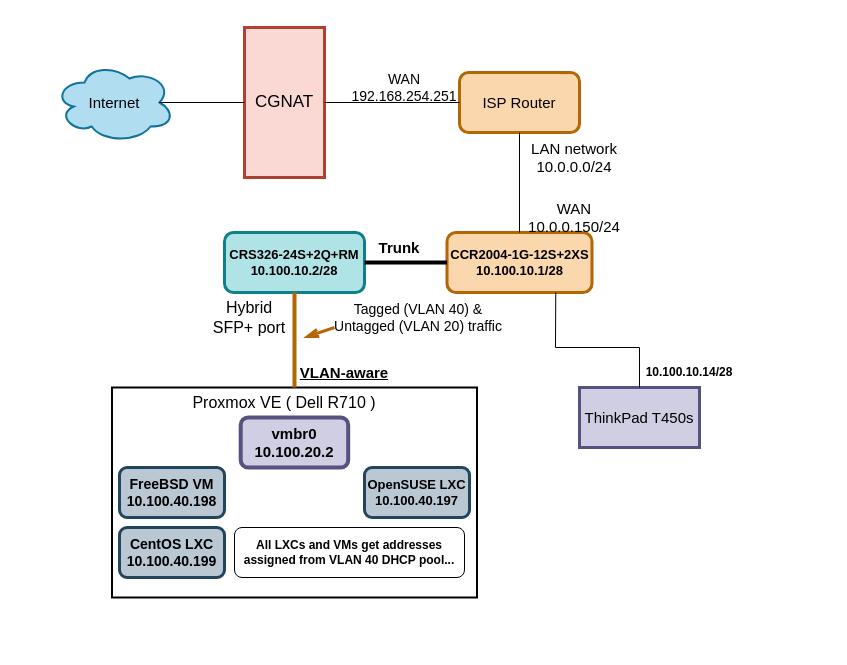
Above: media/topology.drawio in Andreansx/Networking-lab (draw.io), before the change. Source tidied: cells renumbered, new cells numbered last; positions are measured from the earlier drawing's top-left corner, leaving out a move shared by most shapes. Both pictures are drawn from the tidied source at 100%, with x=0, y=0 at pixel (54, 27).
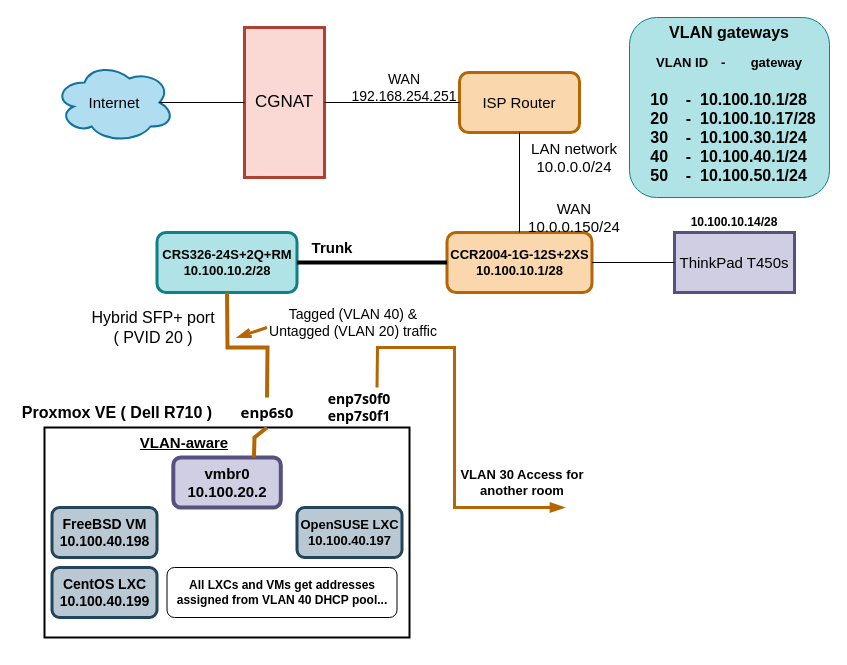
The same page after the edit.

The change refers to these unchanged cells:
```xml
<mxCell id="9" value="&lt;div&gt;&lt;font style=&quot;font-size: 13px;&quot;&gt;&lt;b&gt;CCR2004-1G-12S+2XS&lt;/b&gt;&lt;/font&gt;&lt;/div&gt;&lt;div&gt;&lt;font style=&quot;font-size: 13px;&quot;&gt;&lt;b&gt;10.100.10.1/28&lt;/b&gt;&lt;/font&gt;&lt;/div&gt;" style="rounded=1;whiteSpace=wrap;html=1;fillColor=#fad7ac;strokeColor=#b46504;strokeWidth=3;" parent="1" vertex="1">
  <mxGeometry x="392.5" y="205" width="145" height="60" as="geometry" />
</mxCell>
```

What changed in the source:
```diff
@@
     <mxCell id="12" value="&lt;div&gt;&lt;font style=&quot;font-size: 13px;&quot;&gt;&lt;b&gt;CRS326-24S+2Q+RM&lt;/b&gt;&lt;/font&gt;&lt;/div&gt;&lt;div&gt;&lt;font style=&quot;font-size: 13px;&quot;&gt;&lt;b&gt;10.100.10.2/28&lt;/b&gt;&lt;/font&gt;&lt;/div&gt;" style="rounded=1;whiteSpace=wrap;html=1;fillColor=#b0e3e6;strokeColor=#0e8088;strokeWidth=3;" parent="1" vertex="1">
-      <mxGeometry x="170" y="205" width="140" height="60" as="geometry" />
+      <mxGeometry x="102.5" y="205" width="140" height="60" as="geometry" />
     </mxCell>
@@
     <mxCell id="14" value="&lt;b&gt;&lt;font style=&quot;font-size: 15px;&quot;&gt;Trunk&lt;/font&gt;&lt;/b&gt;" style="text;html=1;align=center;verticalAlign=middle;whiteSpace=wrap;rounded=0;" parent="1" vertex="1">
-      <mxGeometry x="300" y="205" width="90" height="30" as="geometry" />
+      <mxGeometry x="232.5" y="205" width="90" height="30" as="geometry" />
     </mxCell>
     <mxCell id="15" value="&lt;font style=&quot;font-size: 15px;&quot;&gt;ThinkPad T450s&lt;/font&gt;" style="rounded=0;whiteSpace=wrap;html=1;fillColor=#d0cee2;strokeColor=#56517e;strokeWidth=3;" parent="1" vertex="1">
-      <mxGeometry x="525" y="360" width="120" height="60" as="geometry" />
+      <mxGeometry x="620" y="205" width="120" height="60" as="geometry" />
     </mxCell>
-    <mxCell id="16" style="endArrow=none;html=1;rounded=0;entryX=0.75;entryY=1;entryDx=0;entryDy=0;exitX=0.5;exitY=0;exitDx=0;exitDy=0;" parent="1" edge="1" source="15" target="9">
-      <mxGeometry relative="1" as="geometry">
-        <Array as="points">
-          <mxPoint x="585" y="320" />
-          <mxPoint x="501" y="320" />
-        </Array>
-      </mxGeometry>
-    </mxCell>
     <mxCell id="17" value="&lt;div&gt;&lt;b&gt;10.100.10.14/28&lt;/b&gt;&lt;/div&gt;" style="text;html=1;align=center;verticalAlign=middle;whiteSpace=wrap;rounded=0;" parent="1" vertex="1">
-      <mxGeometry x="585" y="320" width="100" height="50" as="geometry" />
+      <mxGeometry x="630" y="170" width="100" height="50" as="geometry" />
     </mxCell>
     <mxCell id="18" style="rounded=0;whiteSpace=wrap;html=1;strokeWidth=2;" parent="1" vertex="1">
-      <mxGeometry x="57.5" y="360" width="365" height="210" as="geometry" />
+      <mxGeometry x="-10" y="400" width="365" height="210" as="geometry" />
     </mxCell>
-    <mxCell id="19" value="&lt;font style=&quot;font-size: 16px;&quot;&gt;Proxmox VE ( Dell R710 )&lt;/font&gt;" style="text;html=1;align=center;verticalAlign=middle;whiteSpace=wrap;rounded=0;" parent="1" vertex="1">
-      <mxGeometry x="130" y="370" width="200" height="10" as="geometry" />
+    <mxCell id="19" value="&lt;b&gt;&lt;font style=&quot;font-size: 16px;&quot;&gt;Proxmox VE ( Dell R710 )&lt;/font&gt;&lt;/b&gt;" style="text;html=1;align=center;verticalAlign=middle;whiteSpace=wrap;rounded=0;" parent="1" vertex="1">
+      <mxGeometry x="-37.5" y="380" width="200" height="10" as="geometry" />
     </mxCell>
-    <mxCell id="20" style="endArrow=none;html=1;rounded=0;fontSize=12;startSize=8;endSize=8;curved=1;entryX=0.5;entryY=1;entryDx=0;entryDy=0;exitX=0.5;exitY=0;exitDx=0;exitDy=0;fillColor=#fad7ac;strokeColor=#b46504;strokeWidth=4;" parent="1" edge="1" source="18" target="12">
-      <mxGeometry relative="1" as="geometry" />
+    <mxCell id="20" style="endArrow=none;html=1;rounded=0;fontSize=12;startSize=8;endSize=8;curved=0;entryX=0.5;entryY=1;entryDx=0;entryDy=0;fillColor=#fad7ac;strokeColor=#b46504;strokeWidth=4;exitX=0.5;exitY=0;exitDx=0;exitDy=0;" parent="1" edge="1" source="39" target="12">
+      <mxGeometry relative="1" as="geometry">
+        <Array as="points">
+          <mxPoint x="213" y="320" />
+          <mxPoint x="173" y="320" />
+        </Array>
+      </mxGeometry>
     </mxCell>
-    <mxCell id="21" value="&lt;font style=&quot;font-size: 16px;&quot;&gt;Hybrid SFP+ port&lt;/font&gt;" style="text;html=1;align=center;verticalAlign=middle;whiteSpace=wrap;rounded=0;" parent="1" vertex="1">
-      <mxGeometry x="150" y="270" width="90" height="40" as="geometry" />
+    <mxCell id="21" value="&lt;div&gt;&lt;font style=&quot;font-size: 16px;&quot;&gt;Hybrid SFP+ port&lt;/font&gt;&lt;/div&gt;&lt;div&gt;&lt;font style=&quot;font-size: 16px;&quot;&gt;( PVID 20 )&lt;/font&gt;&lt;/div&gt;" style="text;html=1;align=center;verticalAlign=middle;whiteSpace=wrap;rounded=0;" parent="1" vertex="1">
+      <mxGeometry x="30" y="270" width="137.5" height="60" as="geometry" />
     </mxCell>
     <mxCell id="22" value="&lt;div&gt;&lt;font style=&quot;font-size: 15px;&quot;&gt;&lt;b&gt;vmbr0&lt;/b&gt;&lt;/font&gt;&lt;/div&gt;&lt;div&gt;&lt;font style=&quot;font-size: 15px;&quot;&gt;&lt;b&gt;10.100.20.2&lt;/b&gt;&lt;/font&gt;&lt;/div&gt;" style="rounded=1;whiteSpace=wrap;html=1;fillColor=#d0cee2;strokeColor=#56517e;strokeWidth=4;" parent="1" vertex="1">
-      <mxGeometry x="186.2" y="390" width="107.5" height="50" as="geometry" />
+      <mxGeometry x="118.8" y="430" width="107.5" height="50" as="geometry" />
     </mxCell>
     <mxCell id="23" value="&lt;font style=&quot;font-size: 15px;&quot;&gt;&lt;b&gt;&lt;u&gt;VLAN-aware&lt;/u&gt;&lt;/b&gt;&lt;/font&gt;" style="text;html=1;align=center;verticalAlign=middle;whiteSpace=wrap;rounded=0;" parent="1" vertex="1">
-      <mxGeometry x="230" y="320" width="120" height="50" as="geometry" />
+      <mxGeometry x="70" y="390" width="120" height="50" as="geometry" />
     </mxCell>
     <mxCell id="24" value="&lt;div&gt;&lt;font style=&quot;font-size: 14px;&quot;&gt;&lt;b&gt;FreeBSD VM&lt;/b&gt;&lt;/font&gt;&lt;/div&gt;&lt;div&gt;&lt;font style=&quot;font-size: 14px;&quot;&gt;&lt;b&gt;10.100.40.198&lt;/b&gt;&lt;/font&gt;&lt;/div&gt;" style="rounded=1;whiteSpace=wrap;html=1;fillColor=#bac8d3;strokeColor=#23445d;strokeWidth=3;" parent="1" vertex="1">
-      <mxGeometry x="65" y="440" width="105" height="50" as="geometry" />
+      <mxGeometry x="-2.5" y="480" width="105" height="50" as="geometry" />
     </mxCell>
     <mxCell id="25" style="endArrow=openThin;html=1;rounded=0;fontSize=12;startSize=8;endSize=8;curved=1;strokeWidth=3;fillColor=#fad7ac;strokeColor=#b46504;endFill=0;" parent="1" edge="1">
       <mxGeometry relative="1" as="geometry">
-        <mxPoint x="280" y="300" as="sourcePoint" />
-        <mxPoint x="250" y="310" as="targetPoint" />
+        <mxPoint x="212.5" y="300" as="sourcePoint" />
+        <mxPoint x="182.5" y="310" as="targetPoint" />
       </mxGeometry>
     </mxCell>
     <mxCell id="26" value="&lt;font style=&quot;font-size: 14px;&quot;&gt;Tagged (VLAN 40) &amp;amp; Untagged (VLAN 20) traffic&lt;/font&gt;" style="text;html=1;align=center;verticalAlign=middle;whiteSpace=wrap;rounded=0;" parent="1" vertex="1">
-      <mxGeometry x="270" y="265" width="187.5" height="50" as="geometry" />
+      <mxGeometry x="205" y="270" width="187.5" height="50" as="geometry" />
     </mxCell>
@@
     <mxCell id="29" value="&lt;div&gt;&lt;font style=&quot;font-size: 14px;&quot;&gt;&lt;b&gt;CentOS LXC&lt;/b&gt;&lt;/font&gt;&lt;/div&gt;&lt;div&gt;&lt;font style=&quot;font-size: 14px;&quot;&gt;&lt;b&gt;10.100.40.199&lt;/b&gt;&lt;/font&gt;&lt;/div&gt;" style="rounded=1;whiteSpace=wrap;html=1;fillColor=#bac8d3;strokeColor=#23445d;strokeWidth=3;" parent="1" vertex="1">
-      <mxGeometry x="65" y="500" width="105" height="50" as="geometry" />
+      <mxGeometry x="-2.5" y="540" width="105" height="50" as="geometry" />
     </mxCell>
     <mxCell id="30" value="&lt;div&gt;&lt;font style=&quot;font-size: 13px;&quot;&gt;&lt;b&gt;&lt;font&gt;OpenSUSE LXC&lt;/font&gt;&lt;/b&gt;&lt;/font&gt;&lt;/div&gt;&lt;div&gt;&lt;font style=&quot;font-size: 13px;&quot;&gt;&lt;b&gt;&lt;font&gt;10.100.40.197&lt;/font&gt;&lt;/b&gt;&lt;/font&gt;&lt;/div&gt;" style="rounded=1;whiteSpace=wrap;html=1;fillColor=#bac8d3;strokeColor=#23445d;strokeWidth=3;" parent="1" vertex="1">
-      <mxGeometry x="310" y="440" width="105" height="50" as="geometry" />
+      <mxGeometry x="242.5" y="480" width="105" height="50" as="geometry" />
     </mxCell>
     <mxCell id="31" value="&lt;b&gt;All LXCs and VMs get addresses assigned from VLAN 40 DHCP pool...&lt;/b&gt;" style="rounded=1;whiteSpace=wrap;html=1;" parent="1" vertex="1">
-      <mxGeometry x="180" y="500" width="230" height="50" as="geometry" />
+      <mxGeometry x="112.5" y="540" width="230" height="50" as="geometry" />
     </mxCell>
+    <mxCell id="32" style="endArrow=none;html=1;rounded=0;entryX=0;entryY=0.5;entryDx=0;entryDy=0;exitX=1;exitY=0.5;exitDx=0;exitDy=0;" parent="1" edge="1" source="9" target="15">
+      <mxGeometry relative="1" as="geometry" />
+    </mxCell>
+    <mxCell id="33" style="rounded=1;whiteSpace=wrap;html=1;fillColor=#b0e3e6;strokeColor=#0e8088;" parent="1" vertex="1">
+      <mxGeometry x="575" y="-10" width="200" height="180" as="geometry" />
+    </mxCell>
+    <mxCell id="34" value="&lt;b&gt;&lt;font style=&quot;font-size: 16px;&quot;&gt;VLAN gateways&lt;/font&gt;&lt;/b&gt;" style="text;html=1;align=center;verticalAlign=middle;whiteSpace=wrap;rounded=0;" parent="1" vertex="1">
+      <mxGeometry x="610" y="-10" width="130" height="30" as="geometry" />
+    </mxCell>
+    <mxCell id="35" value="&lt;b&gt;&lt;font style=&quot;font-size: 13px;&quot;&gt;VLAN ID&lt;span style=&quot;white-space: pre;&quot;&gt;&#9;&lt;/span&gt;&amp;nbsp; -&amp;nbsp; &amp;nbsp; &amp;nbsp; &amp;nbsp;gateway&lt;/font&gt;&lt;/b&gt;" style="text;html=1;align=center;verticalAlign=middle;whiteSpace=wrap;rounded=0;" parent="1" vertex="1">
+      <mxGeometry x="586.2" y="20" width="177.5" height="30" as="geometry" />
+    </mxCell>
+    <mxCell id="36" value="&lt;div align=&quot;justify&quot;&gt;&lt;font style=&quot;font-size: 16px;&quot;&gt;&lt;b&gt;&lt;font&gt;10&lt;span style=&quot;white-space: pre;&quot;&gt;&#9;&lt;/span&gt;-&amp;nbsp; 10.100.10.1/28&lt;/font&gt;&lt;/b&gt;&lt;/font&gt;&lt;/div&gt;&lt;div align=&quot;justify&quot;&gt;&lt;font style=&quot;font-size: 16px;&quot;&gt;&lt;b&gt;&lt;font&gt;20&lt;span style=&quot;white-space: pre;&quot;&gt;&#9;&lt;/span&gt;-&amp;nbsp; 10.100.10.17/28&lt;/font&gt;&lt;/b&gt;&lt;/font&gt;&lt;/div&gt;&lt;div align=&quot;justify&quot;&gt;&lt;font style=&quot;font-size: 16px;&quot;&gt;&lt;b&gt;&lt;font&gt;30&lt;span style=&quot;white-space: pre;&quot;&gt;&#9;&lt;/span&gt;-&amp;nbsp; 10.100.30.1/24&lt;/font&gt;&lt;/b&gt;&lt;/font&gt;&lt;/div&gt;&lt;div align=&quot;justify&quot;&gt;&lt;font style=&quot;font-size: 16px;&quot;&gt;&lt;b&gt;&lt;font&gt;40&lt;span style=&quot;white-space: pre;&quot;&gt;&#9;&lt;/span&gt;-&amp;nbsp; 10.100.40.1/24&lt;/font&gt;&lt;/b&gt;&lt;/font&gt;&lt;/div&gt;&lt;div align=&quot;justify&quot;&gt;&lt;font style=&quot;font-size: 16px;&quot;&gt;&lt;b&gt;&lt;font&gt;50&lt;span style=&quot;white-space: pre;&quot;&gt;&#9;&lt;/span&gt;-&amp;nbsp; 10.100.50.1/24&lt;/font&gt;&lt;/b&gt;&lt;/font&gt;&lt;/div&gt;" style="text;html=1;align=center;verticalAlign=middle;whiteSpace=wrap;rounded=0;" parent="1" vertex="1">
+      <mxGeometry x="593.8" y="50" width="170" height="120" as="geometry" />
+    </mxCell>
+    <mxCell id="37" style="endArrow=blockThin;html=1;rounded=0;fillColor=#fad7ac;strokeColor=#b46504;strokeWidth=3;endFill=1;endSize=7;exitX=0.75;exitY=0;exitDx=0;exitDy=0;" parent="1" edge="1" source="40">
+      <mxGeometry relative="1" as="geometry">
+        <mxPoint x="510" y="480" as="targetPoint" />
+        <Array as="points">
+          <mxPoint x="323" y="320" />
+          <mxPoint x="400" y="320" />
+          <mxPoint x="400" y="480" />
+        </Array>
+      </mxGeometry>
+    </mxCell>
+    <mxCell id="38" value="&lt;b&gt;&lt;font style=&quot;font-size: 13px;&quot;&gt;VLAN 30 Access for another room&lt;/font&gt;&lt;/b&gt;" style="text;html=1;align=center;verticalAlign=middle;whiteSpace=wrap;rounded=0;" parent="1" vertex="1">
+      <mxGeometry x="397.5" y="430" width="140" height="50" as="geometry" />
+    </mxCell>
+    <mxCell id="39" value="&lt;b&gt;&lt;font style=&quot;font-size: 15px;&quot; face=&quot;Tahoma&quot;&gt;enp6s0&lt;/font&gt;&lt;/b&gt;" style="text;html=1;align=center;verticalAlign=middle;whiteSpace=wrap;rounded=0;" parent="1" vertex="1">
+      <mxGeometry x="182.5" y="370" width="60" height="30" as="geometry" />
+    </mxCell>
+    <mxCell id="40" value="&lt;div&gt;&lt;font style=&quot;font-size: 14px;&quot; face=&quot;Tahoma&quot;&gt;&lt;b&gt;enp7s0f0&lt;/b&gt;&lt;/font&gt;&lt;/div&gt;&lt;div&gt;&lt;font style=&quot;font-size: 14px;&quot; face=&quot;Tahoma&quot;&gt;&lt;b&gt;enp7s0f1&lt;/b&gt;&lt;/font&gt;&lt;/div&gt;" style="text;html=1;align=center;verticalAlign=middle;whiteSpace=wrap;rounded=0;" parent="1" vertex="1">
+      <mxGeometry x="270" y="360" width="70" height="40" as="geometry" />
+    </mxCell>
+    <mxCell id="41" style="endArrow=none;html=1;rounded=0;entryX=0.5;entryY=1;entryDx=0;entryDy=0;exitX=0.75;exitY=0;exitDx=0;exitDy=0;fillColor=#fad7ac;strokeColor=#b46504;strokeWidth=4;" parent="1" edge="1" source="22" target="39">
+      <mxGeometry relative="1" as="geometry">
+        <Array as="points">
+          <mxPoint x="200" y="410" />
+        </Array>
+      </mxGeometry>
+    </mxCell>
```
